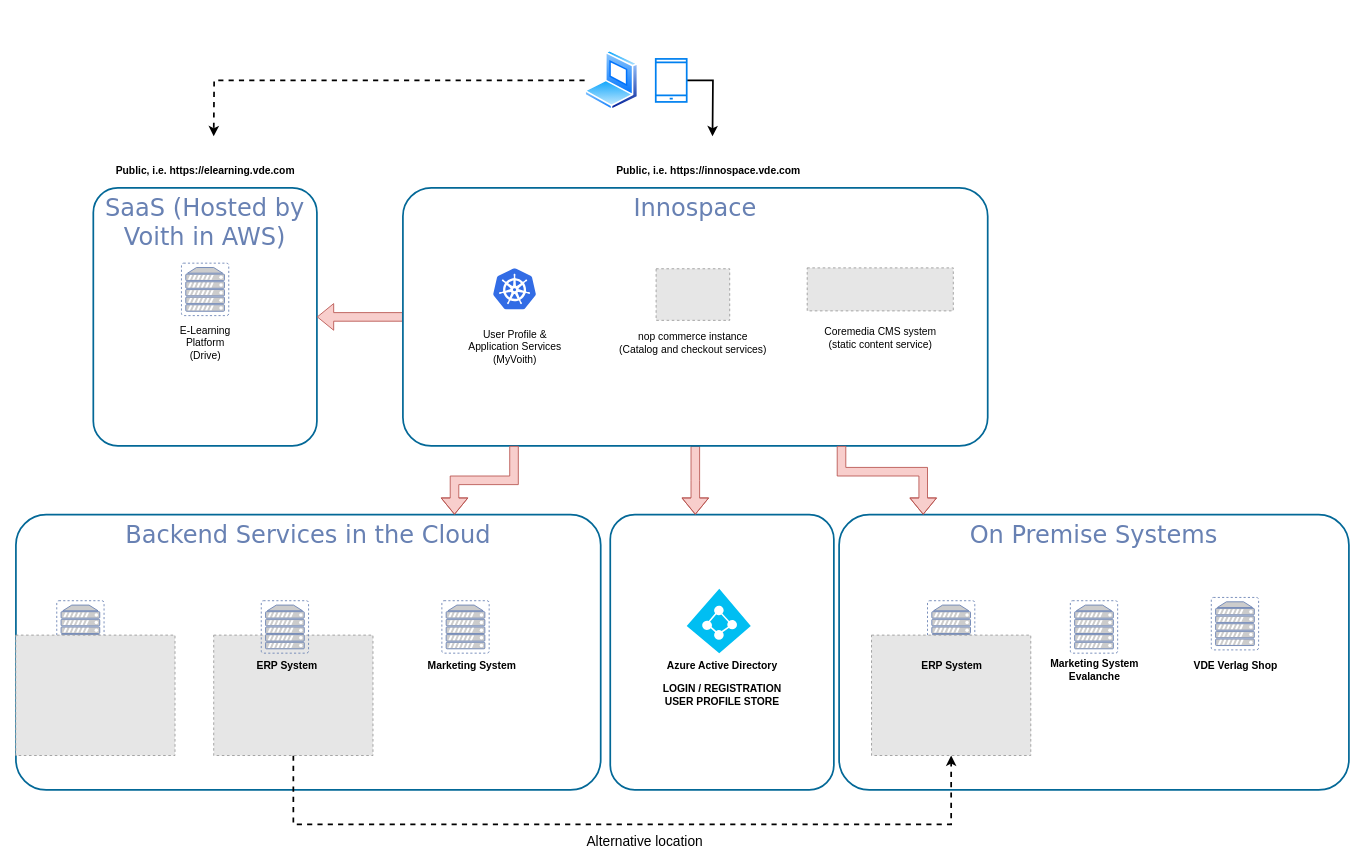
This is Systems Overview.drawio from rseidt/certbot-azure, a draw.io file, before an edit. Source tidied: cells renumbered, new cells numbered last; positions are measured from the earlier drawing's top-left corner, leaving out a move shared by most shapes. Both pictures are drawn from the tidied source at 86%, with x=0, y=0 at pixel (15, 50). Pictures stored in the file or linked from it are replaced by grey dashed boxes.
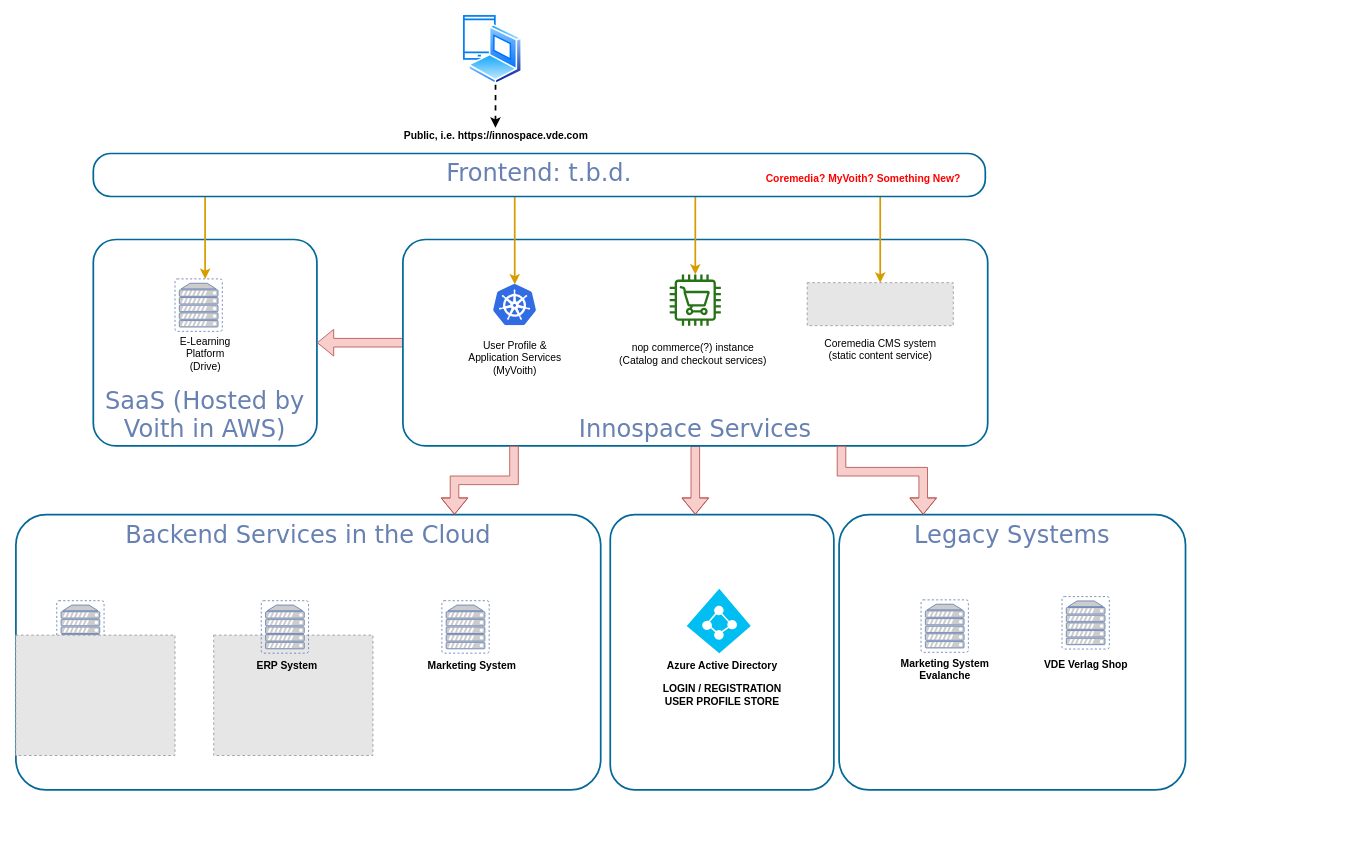
The same page after the edit.

Unchanged cells that the change refers to:
```xml
<mxCell id="20" style="fillColor=#E6E6E6;strokeColor=#999999;dashed=1;verticalLabelPosition=bottom;verticalAlign=top;" parent="1" vertex="1">
  <mxGeometry x="230" y="680" width="185.2" height="140" as="geometry" />
</mxCell>
```

What changed in the source:
```diff
@@
-    <mxCell id="2" value="SaaS (Hosted by Voith in AWS)" style="rounded=1;whiteSpace=wrap;html=1;shadow=0;comic=0;strokeColor=#036897;strokeWidth=2;fillColor=none;fontFamily=Verdana;fontSize=28;fontColor=#6881B3;align=center;arcSize=11;verticalAlign=top;" parent="1" vertex="1">
-      <mxGeometry x="90" y="160" width="260" height="300" as="geometry" />
+    <mxCell id="2" value="SaaS (Hosted by Voith in AWS)" style="rounded=1;whiteSpace=wrap;html=1;shadow=0;comic=0;strokeColor=#036897;strokeWidth=2;fillColor=none;fontFamily=Verdana;fontSize=28;fontColor=#6881B3;align=center;arcSize=11;verticalAlign=bottom;" parent="1" vertex="1">
+      <mxGeometry x="90" y="220" width="260" height="240" as="geometry" />
     </mxCell>
@@
-    <mxCell id="4" value="On Premise Systems" style="rounded=1;whiteSpace=wrap;html=1;shadow=0;comic=0;strokeColor=#036897;strokeWidth=2;fillColor=none;fontFamily=Verdana;fontSize=28;fontColor=#6881B3;align=center;arcSize=11;verticalAlign=top;" parent="1" vertex="1">
-      <mxGeometry x="957.2" y="540" width="592.8" height="320" as="geometry" />
+    <mxCell id="4" value="Legacy Systems" style="rounded=1;whiteSpace=wrap;html=1;shadow=0;comic=0;strokeColor=#036897;strokeWidth=2;fillColor=none;fontFamily=Verdana;fontSize=28;fontColor=#6881B3;align=center;arcSize=11;verticalAlign=top;" parent="1" vertex="1">
+      <mxGeometry x="957.2" y="540" width="402.8" height="320" as="geometry" />
     </mxCell>
@@
-    <mxCell id="7" value="Innospace" style="rounded=1;whiteSpace=wrap;html=1;shadow=0;comic=0;strokeColor=#036897;strokeWidth=2;fillColor=none;fontFamily=Verdana;fontSize=28;fontColor=#6881B3;align=center;arcSize=11;verticalAlign=top;" parent="1" vertex="1">
-      <mxGeometry x="450" y="160" width="680" height="300" as="geometry" />
+    <mxCell id="7" value="Innospace Services" style="rounded=1;whiteSpace=wrap;html=1;shadow=0;comic=0;strokeColor=#036897;strokeWidth=2;fillColor=none;fontFamily=Verdana;fontSize=28;fontColor=#6881B3;align=center;arcSize=11;verticalAlign=bottom;" parent="1" vertex="1">
+      <mxGeometry x="450" y="220" width="680" height="240" as="geometry" />
     </mxCell>
@@
     <mxCell id="9" style="html=1;points=[];align=center;image;fontSize=12;image=img/lib/mscae/Kubernetes.svg;" parent="1" vertex="1">
-      <mxGeometry x="555.3" y="254" width="50" height="48" as="geometry" />
+      <mxGeometry x="555.3" y="272.2" width="50" height="48" as="geometry" />
     </mxCell>
@@
     <mxCell id="11" value="User Profile &amp;amp; &lt;br&gt;Application Services&lt;br&gt;(MyVoith)" style="text;html=1;align=center;verticalAlign=middle;fillColor=none;strokeColor=none;rounded=0;" parent="1" vertex="1">
-      <mxGeometry x="520.3" y="320" width="120" height="50" as="geometry" />
+      <mxGeometry x="520.3" y="332.5" width="120" height="50" as="geometry" />
     </mxCell>
     <mxCell id="12" value="E-Learning&lt;br&gt;Platform&lt;br&gt;(Drive)" style="text;html=1;align=center;verticalAlign=middle;fillColor=none;strokeColor=none;rounded=0;" parent="1" vertex="1">
-      <mxGeometry x="185" y="315" width="70" height="50" as="geometry" />
+      <mxGeometry x="185" y="327.5" width="70" height="50" as="geometry" />
     </mxCell>
-    <mxCell id="13" style="fillColor=#E6E6E6;strokeColor=#999999;dashed=1;verticalLabelPosition=bottom;verticalAlign=top;" parent="1" vertex="1">
-      <mxGeometry x="744.4" y="254" width="85.6" height="60" as="geometry" />
-    </mxCell>
-    <mxCell id="14" value="nop commerce instance&lt;br&gt;(Catalog and checkout services)" style="text;html=1;align=center;verticalAlign=middle;fillColor=none;strokeColor=none;rounded=0;" parent="1" vertex="1">
-      <mxGeometry x="692.2" y="325" width="190" height="30" as="geometry" />
+    <mxCell id="14" value="nop commerce(?) instance&lt;br&gt;(Catalog and checkout services)" style="text;html=1;align=center;verticalAlign=middle;fillColor=none;strokeColor=none;rounded=0;" parent="1" vertex="1">
+      <mxGeometry x="692.2" y="337.5" width="190" height="30" as="geometry" />
     </mxCell>
     <mxCell id="15" style="fillColor=#E6E6E6;strokeColor=#999999;dashed=1;verticalLabelPosition=bottom;verticalAlign=top;" parent="1" vertex="1">
-      <mxGeometry x="920.1" y="253" width="169.9" height="50" as="geometry" />
+      <mxGeometry x="920.1" y="270.2" width="169.9" height="50" as="geometry" />
     </mxCell>
     <mxCell id="16" value="Coremedia CMS system&lt;br&gt;(static content service)" style="text;html=1;align=center;verticalAlign=middle;fillColor=none;strokeColor=none;rounded=0;" parent="1" vertex="1">
-      <mxGeometry x="930" y="320" width="150" height="30" as="geometry" />
+      <mxGeometry x="930" y="332.5" width="150" height="30" as="geometry" />
     </mxCell>
@@
-    <mxCell id="19" style="edgeStyle=orthogonalEdgeStyle;rounded=0;jettySize=auto;html=1;exitX=0.5;exitY=1;exitDx=0;exitDy=0;entryX=0.5;entryY=1;entryDx=0;entryDy=0;dashed=1;strokeWidth=2;" parent="1" edge="1" source="20" target="31">
-      <mxGeometry relative="1" as="geometry">
-        <Array as="points">
-          <mxPoint x="323" y="900" />
-          <mxPoint x="1088" y="900" />
-        </Array>
-      </mxGeometry>
-    </mxCell>
@@
     <mxCell id="27" value="&lt;b&gt;Public, i.e. https://innospace.vde.com&lt;br&gt;&lt;/b&gt;" style="text;html=1;align=center;verticalAlign=middle;points=[];fillColor=none;strokeColor=none;rounded=0;" parent="1" vertex="1">
-      <mxGeometry x="690.1" y="130" width="230" height="20" as="geometry" />
+      <mxGeometry x="442.6" y="90" width="230" height="20" as="geometry" />
     </mxCell>
     <mxCell id="28" style="fontColor=#0066CC;verticalAlign=top;verticalLabelPosition=bottom;labelPosition=center;align=center;html=1;fillColor=#CCCCCC;strokeColor=#6881B3;gradientColor=none;gradientDirection=north;strokeWidth=2;shape=mxgraph.networks.virtual_server;" parent="1" vertex="1">
-      <mxGeometry x="1226.1" y="640" width="55" height="61" as="geometry" />
+      <mxGeometry x="1052.5" y="639" width="55" height="61" as="geometry" />
     </mxCell>
     <mxCell id="29" value="&lt;b&gt;Marketing System&lt;br&gt;Evalanche&lt;br&gt;&lt;/b&gt;" style="text;html=1;align=center;verticalAlign=middle;fillColor=none;strokeColor=none;rounded=0;" parent="1" vertex="1">
-      <mxGeometry x="1193.6" y="706" width="120" height="30" as="geometry" />
+      <mxGeometry x="1020" y="705" width="120" height="30" as="geometry" />
     </mxCell>
-    <mxCell id="30" style="fontColor=#0066CC;verticalAlign=top;verticalLabelPosition=bottom;labelPosition=center;align=center;html=1;fillColor=#CCCCCC;strokeColor=#6881B3;gradientColor=none;gradientDirection=north;strokeWidth=2;shape=mxgraph.networks.virtual_server;" parent="1" vertex="1">
-      <mxGeometry x="1060" y="640" width="55" height="61" as="geometry" />
-    </mxCell>
-    <mxCell id="31" style="fillColor=#E6E6E6;strokeColor=#999999;dashed=1;verticalLabelPosition=bottom;verticalAlign=top;" parent="1" vertex="1">
-      <mxGeometry x="994.9" y="680" width="185.2" height="140" as="geometry" />
-    </mxCell>
-    <mxCell id="32" value="&lt;b&gt;ERP System&lt;/b&gt;" style="text;html=1;align=center;verticalAlign=middle;fillColor=none;strokeColor=none;rounded=0;" parent="1" vertex="1">
-      <mxGeometry x="1042.5" y="706" width="90" height="20" as="geometry" />
-    </mxCell>
-    <mxCell id="33" style="edgeStyle=orthogonalEdgeStyle;rounded=0;jettySize=auto;html=1;exitX=0;exitY=0.5;exitDx=0;exitDy=0;dashed=1;strokeWidth=2;" parent="1" edge="1" source="34">
-      <mxGeometry relative="1" as="geometry">
-        <mxPoint x="230" y="100" as="targetPoint" />
-      </mxGeometry>
-    </mxCell>
-    <mxCell id="34" style="perimeter=ellipsePerimeter;html=1;align=center;shadow=0;dashed=0;spacingTop=3;image;image=img/lib/active_directory/laptop_client.svg;" parent="1" vertex="1">
-      <mxGeometry x="661.3" width="63" height="70" as="geometry" />
-    </mxCell>
-    <mxCell id="35" style="edgeStyle=orthogonalEdgeStyle;rounded=0;jettySize=auto;html=1;strokeWidth=2;" parent="1" edge="1" source="36">
-      <mxGeometry relative="1" as="geometry">
-        <mxPoint x="810" y="100" as="targetPoint" />
-      </mxGeometry>
-    </mxCell>
-    <mxCell id="36" style="html=1;verticalLabelPosition=bottom;align=center;labelBackgroundColor=#ffffff;verticalAlign=top;strokeWidth=2;strokeColor=#0080F0;shadow=0;dashed=0;shape=mxgraph.ios7.icons.smartphone;" parent="1" vertex="1">
-      <mxGeometry x="744" y="10" width="36" height="50" as="geometry" />
-    </mxCell>
@@
     <mxCell id="38" style="fontColor=#0066CC;verticalAlign=top;verticalLabelPosition=bottom;labelPosition=center;align=center;html=1;fillColor=#CCCCCC;strokeColor=#6881B3;gradientColor=none;gradientDirection=north;strokeWidth=2;shape=mxgraph.networks.virtual_server;" parent="1" vertex="1">
-      <mxGeometry x="1390" y="636.2" width="55" height="61" as="geometry" />
+      <mxGeometry x="1216.4" y="635.2" width="55" height="61" as="geometry" />
     </mxCell>
     <mxCell id="39" value="&lt;b&gt;VDE Verlag Shop&lt;br&gt;&lt;/b&gt;" style="text;html=1;align=center;verticalAlign=middle;fillColor=none;strokeColor=none;rounded=0;" parent="1" vertex="1">
-      <mxGeometry x="1362.5" y="706" width="110" height="20" as="geometry" />
+      <mxGeometry x="1188.9" y="705" width="110" height="20" as="geometry" />
     </mxCell>
@@
     <mxCell id="42" style="fontColor=#0066CC;verticalAlign=top;verticalLabelPosition=bottom;labelPosition=center;align=center;html=1;outlineConnect=0;fillColor=#CCCCCC;strokeColor=#6881B3;gradientColor=none;gradientDirection=north;strokeWidth=2;shape=mxgraph.networks.virtual_server;" parent="1" vertex="1">
-      <mxGeometry x="192.5" y="247.5" width="55" height="61" as="geometry" />
+      <mxGeometry x="185" y="265.8" width="55" height="61" as="geometry" />
     </mxCell>
-    <mxCell id="43" value="&lt;b&gt;Public, i.e. https://elearning.vde.com&lt;br&gt;&lt;/b&gt;" style="text;html=1;align=center;verticalAlign=middle;fillColor=none;strokeColor=none;rounded=0;" parent="1" vertex="1">
-      <mxGeometry x="110" y="130" width="220" height="20" as="geometry" />
-    </mxCell>
@@
-    <mxCell id="45" value="Alternative location" style="text;html=1;align=center;verticalAlign=middle;fillColor=none;strokeColor=none;rounded=0;fontSize=16;" parent="1" vertex="1">
-      <mxGeometry x="656.1" y="910" width="150" height="20" as="geometry" />
-    </mxCell>
+    <mxCell id="46" style="edgeStyle=orthogonalEdgeStyle;rounded=0;jettySize=auto;html=1;strokeWidth=2;fontSize=12;fontColor=#FF0000;fillColor=#ffe6cc;strokeColor=#d79b00;" parent="1" edge="1" source="50" target="42">
+      <mxGeometry relative="1" as="geometry">
+        <Array as="points">
+          <mxPoint x="220" y="200" />
+          <mxPoint x="220" y="200" />
+        </Array>
+      </mxGeometry>
+    </mxCell>
+    <mxCell id="47" style="edgeStyle=orthogonalEdgeStyle;rounded=0;jettySize=auto;html=1;strokeWidth=2;fontSize=12;fontColor=#FF0000;fillColor=#ffe6cc;strokeColor=#d79b00;" parent="1" edge="1" source="50" target="9">
+      <mxGeometry relative="1" as="geometry">
+        <Array as="points">
+          <mxPoint x="580" y="190" />
+          <mxPoint x="580" y="190" />
+        </Array>
+      </mxGeometry>
+    </mxCell>
+    <mxCell id="48" style="edgeStyle=orthogonalEdgeStyle;rounded=0;jettySize=auto;html=1;strokeWidth=2;fontSize=12;fontColor=#FF0000;fillColor=#ffe6cc;strokeColor=#d79b00;" parent="1" edge="1" source="50" target="54">
+      <mxGeometry relative="1" as="geometry">
+        <Array as="points">
+          <mxPoint x="790" y="200" />
+          <mxPoint x="790" y="200" />
+        </Array>
+      </mxGeometry>
+    </mxCell>
+    <mxCell id="49" style="edgeStyle=orthogonalEdgeStyle;rounded=0;jettySize=auto;html=1;strokeWidth=2;fontSize=12;fontColor=#FF0000;fillColor=#ffe6cc;strokeColor=#d79b00;" parent="1" edge="1" source="50" target="15">
+      <mxGeometry relative="1" as="geometry">
+        <Array as="points">
+          <mxPoint x="1005" y="190" />
+          <mxPoint x="1005" y="190" />
+        </Array>
+      </mxGeometry>
+    </mxCell>
+    <mxCell id="50" value="Frontend: t.b.d." style="rounded=1;whiteSpace=wrap;html=1;shadow=0;comic=0;strokeColor=#036897;strokeWidth=2;fillColor=none;fontFamily=Verdana;fontSize=28;fontColor=#6881B3;align=center;arcSize=41;verticalAlign=top;" parent="1" vertex="1">
+      <mxGeometry x="90" y="120" width="1037.2" height="50" as="geometry" />
+    </mxCell>
+    <mxCell id="51" value="Coremedia? MyVoith? Something New?" style="text;html=1;align=center;verticalAlign=middle;fillColor=none;strokeColor=none;rounded=0;fontColor=#FF0000;fontStyle=1;" parent="1" vertex="1">
+      <mxGeometry x="865" y="140" width="240" height="20" as="geometry" />
+    </mxCell>
+    <mxCell id="52" style="edgeStyle=orthogonalEdgeStyle;rounded=0;jettySize=auto;html=1;dashed=1;strokeWidth=2;fontSize=12;fontColor=#FF0000;exitX=0.5;exitY=1;exitDx=0;exitDy=0;" parent="1" edge="1" source="34" target="27">
+      <mxGeometry relative="1" as="geometry" />
+    </mxCell>
+    <mxCell id="53" style="group;" parent="1" vertex="1">
+      <mxGeometry x="520.9" y="-40" width="68.3" height="80" as="geometry" />
+    </mxCell>
+    <mxCell id="36" style="html=1;verticalLabelPosition=bottom;align=center;labelBackgroundColor=#ffffff;verticalAlign=top;strokeWidth=2;strokeColor=#0080F0;shadow=0;dashed=0;shape=mxgraph.ios7.icons.smartphone;" parent="53" vertex="1">
+      <mxGeometry width="36" height="50" as="geometry" />
+    </mxCell>
+    <mxCell id="34" style="perimeter=ellipsePerimeter;html=1;align=center;shadow=0;dashed=0;spacingTop=3;image;image=img/lib/active_directory/laptop_client.svg;" parent="53" vertex="1">
+      <mxGeometry x="5.3" y="10" width="63" height="70" as="geometry" />
+    </mxCell>
+    <mxCell id="54" style="outlineConnect=0;fontColor=#232F3E;gradientColor=none;fillColor=#277116;strokeColor=none;dashed=0;verticalLabelPosition=bottom;verticalAlign=top;align=center;html=1;fontSize=12;fontStyle=0;shape=mxgraph.aws4.cart;" parent="1" vertex="1">
+      <mxGeometry x="760.2" y="260.8" width="59.5" height="59.5" as="geometry" />
+    </mxCell>
```
